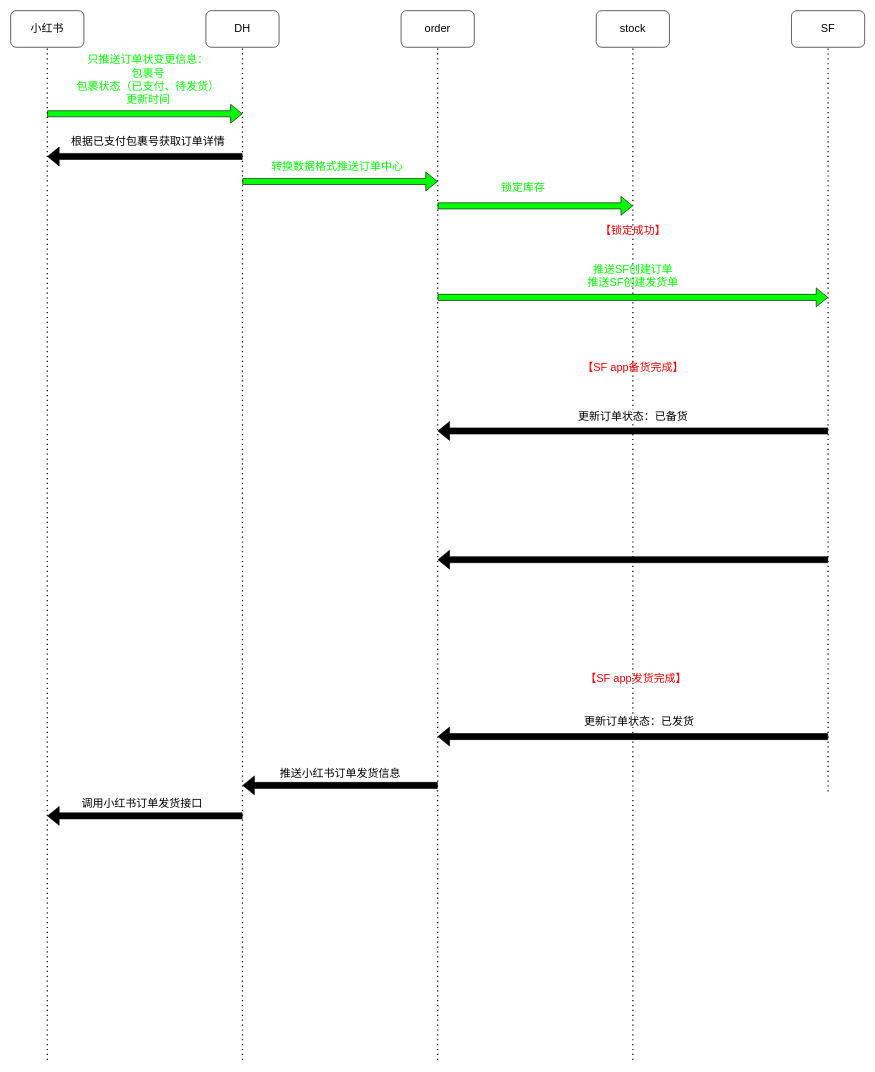
Earlier version of the draw.io diagram Untitled Diagram.drawio (Horan-Zheng/horan_repository). Source tidied: cells renumbered, new cells numbered last; positions are measured from the earlier drawing's top-left corner, leaving out a move shared by most shapes. Both pictures are drawn from the tidied source at 61%, with x=0, y=0 at pixel (10, 10).
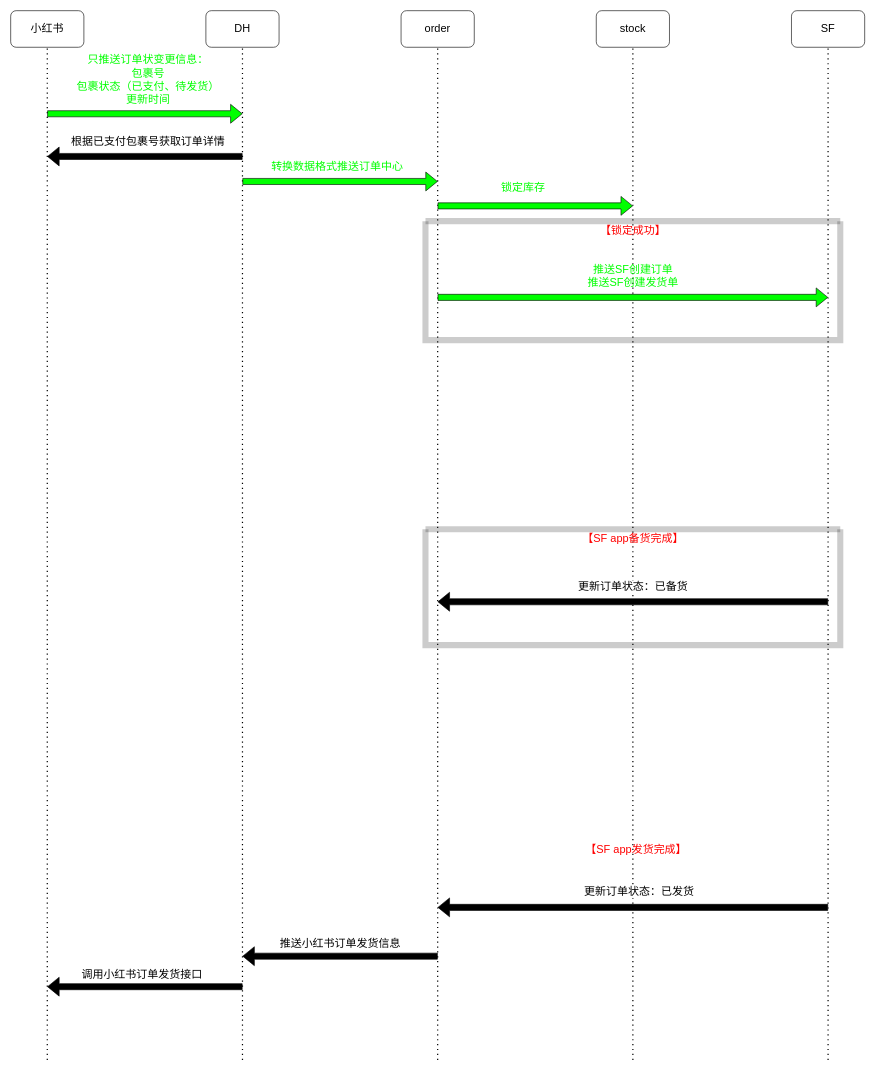
The same diagram, later.

The change refers to these unchanged cells:
```xml
<mxCell id="6" value="SF" style="rounded=1;whiteSpace=wrap;html=1;fontFamily=Helvetica;fontSize=18;" parent="1" vertex="1">
  <mxGeometry x="1280" width="120" height="60" as="geometry" />
</mxCell>
```

Change to the diagram source:
```diff
@@
     <mxCell id="11" style="endArrow=none;dashed=1;html=1;dashPattern=1 3;strokeWidth=2;rounded=0;fontFamily=Helvetica;fontSize=18;entryX=0.5;entryY=1;entryDx=0;entryDy=0;" parent="1" edge="1" target="6">
       <mxGeometry relative="1" as="geometry">
-        <mxPoint x="1340" y="1280" as="sourcePoint" />
+        <mxPoint x="1340" y="1720" as="sourcePoint" />
       </mxGeometry>
     </mxCell>
@@
     <mxCell id="23" style="shape=flexArrow;endArrow=classic;html=1;rounded=0;fontFamily=Helvetica;fontSize=18;fillColor=#000000;strokeColor=#000000;" parent="1" edge="1">
       <mxGeometry relative="1" as="geometry">
-        <mxPoint x="1340" y="689" as="sourcePoint" />
-        <mxPoint x="700" y="689" as="targetPoint" />
+        <mxPoint x="1340" y="969" as="sourcePoint" />
+        <mxPoint x="700" y="969" as="targetPoint" />
       </mxGeometry>
     </mxCell>
     <mxCell id="24" value="&lt;font color=&quot;#ff0000&quot;&gt;【SF app备货完成】&lt;/font&gt;" style="text;html=1;align=center;verticalAlign=middle;strokeColor=none;fillColor=none;fontSize=18;fontColor=#00FF00;" parent="1" vertex="1">
-      <mxGeometry x="930" y="570" width="180" height="30" as="geometry" />
+      <mxGeometry x="930" y="850" width="180" height="30" as="geometry" />
     </mxCell>
-    <mxCell id="25" style="shape=flexArrow;endArrow=classic;html=1;rounded=0;fontFamily=Helvetica;fontSize=18;fillColor=#000000;strokeColor=#000000;" parent="1" edge="1">
-      <mxGeometry relative="1" as="geometry">
-        <mxPoint x="1340" y="900" as="sourcePoint" />
-        <mxPoint x="700" y="900" as="targetPoint" />
-      </mxGeometry>
-    </mxCell>
     <mxCell id="26" style="shape=flexArrow;endArrow=classic;html=1;rounded=0;fontFamily=Helvetica;fontSize=18;fillColor=#000000;strokeColor=#000000;" parent="1" edge="1">
       <mxGeometry relative="1" as="geometry">
-        <mxPoint x="1340" y="1190" as="sourcePoint" />
-        <mxPoint x="700" y="1190" as="targetPoint" />
+        <mxPoint x="1340" y="1470" as="sourcePoint" />
+        <mxPoint x="700" y="1470" as="targetPoint" />
       </mxGeometry>
     </mxCell>
     <mxCell id="27" style="shape=flexArrow;endArrow=classic;html=1;rounded=0;fontFamily=Helvetica;fontSize=18;fillColor=#000000;strokeColor=#000000;" parent="1" edge="1">
       <mxGeometry relative="1" as="geometry">
-        <mxPoint x="700" y="1270" as="sourcePoint" />
-        <mxPoint x="380" y="1270" as="targetPoint" />
+        <mxPoint x="700" y="1550" as="sourcePoint" />
+        <mxPoint x="380" y="1550" as="targetPoint" />
       </mxGeometry>
     </mxCell>
     <mxCell id="28" value="&lt;span style=&quot;background-color: rgb(255 , 255 , 255)&quot;&gt;更新订单状态：已备货&lt;/span&gt;" style="text;html=1;align=center;verticalAlign=middle;strokeColor=none;fillColor=none;fontSize=18;fontColor=#000000;" parent="1" vertex="1">
-      <mxGeometry x="920" y="650" width="200" height="30" as="geometry" />
+      <mxGeometry x="920" y="930" width="200" height="30" as="geometry" />
     </mxCell>
     <mxCell id="29" value="&lt;font color=&quot;#ff0000&quot;&gt;【SF app发货完成】&lt;/font&gt;" style="text;html=1;align=center;verticalAlign=middle;strokeColor=none;fillColor=none;fontSize=18;fontColor=#00FF00;" parent="1" vertex="1">
-      <mxGeometry x="935" y="1080" width="180" height="30" as="geometry" />
+      <mxGeometry x="935" y="1360" width="180" height="30" as="geometry" />
     </mxCell>
     <mxCell id="30" value="&lt;span style=&quot;background-color: rgb(255 , 255 , 255)&quot;&gt;更新订单状态：已发货&lt;/span&gt;" style="text;html=1;align=center;verticalAlign=middle;strokeColor=none;fillColor=none;fontSize=18;fontColor=#000000;" parent="1" vertex="1">
-      <mxGeometry x="930" y="1150" width="200" height="30" as="geometry" />
+      <mxGeometry x="930" y="1430" width="200" height="30" as="geometry" />
     </mxCell>
     <mxCell id="31" value="推送小红书订单发货信息" style="text;html=1;align=center;verticalAlign=middle;strokeColor=none;fillColor=none;fontSize=18;fontColor=#000000;" parent="1" vertex="1">
-      <mxGeometry x="435" y="1235" width="210" height="30" as="geometry" />
+      <mxGeometry x="435" y="1515" width="210" height="30" as="geometry" />
     </mxCell>
     <mxCell id="32" style="shape=flexArrow;endArrow=classic;html=1;rounded=0;fontFamily=Helvetica;fontSize=18;fillColor=#000000;strokeColor=#000000;" parent="1" edge="1">
       <mxGeometry relative="1" as="geometry">
-        <mxPoint x="380" y="1320" as="sourcePoint" />
-        <mxPoint x="60" y="1320" as="targetPoint" />
+        <mxPoint x="380" y="1600" as="sourcePoint" />
+        <mxPoint x="60" y="1600" as="targetPoint" />
       </mxGeometry>
     </mxCell>
     <mxCell id="33" value="调用小红书订单发货接口" style="text;html=1;align=center;verticalAlign=middle;strokeColor=none;fillColor=none;fontSize=18;fontColor=#000000;" parent="1" vertex="1">
-      <mxGeometry x="110" y="1285" width="210" height="30" as="geometry" />
+      <mxGeometry x="110" y="1565" width="210" height="30" as="geometry" />
     </mxCell>
+    <mxCell id="34" style="swimlane;startSize=0;rounded=0;shadow=0;fontSize=18;fontColor=#000000;strokeColor=default;strokeWidth=10;fillColor=none;opacity=20;html=1;" parent="1" vertex="1">
+      <mxGeometry x="680" y="345" width="680" height="195" as="geometry" />
+    </mxCell>
+    <mxCell id="35" style="swimlane;startSize=0;rounded=0;shadow=0;fontSize=18;fontColor=#000000;strokeColor=default;strokeWidth=10;fillColor=none;opacity=20;html=1;" parent="1" vertex="1">
+      <mxGeometry x="680" y="850" width="680" height="190" as="geometry" />
+    </mxCell>
```
